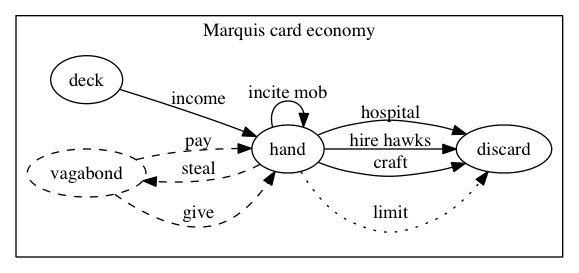
krawaller/root keeps this Graphviz diagram as diagrams/marquis-cards.png. Above is the earlier version. Its source is kept beside it as diagrams/marquis-cards.dot.
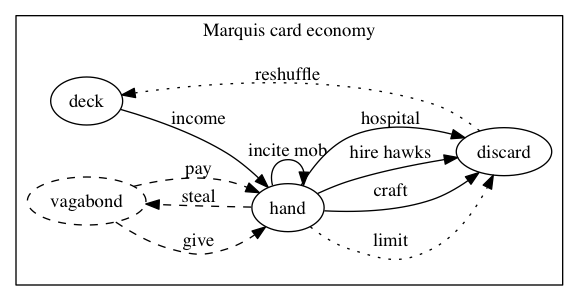
After the commit.

Commit message:
add discard to deck lines to card economies

Change to the diagram source:
```diff
@@ -4,7 +4,7 @@
 
   subgraph cluster_marquisunits {
 
-    label = "Marquis card economy"
+    label = "Marquis card economy\n "
 
 
     deck -> hand [label="income"]
@@ -20,6 +20,8 @@
     vagabond -> hand [label="give" style=dashed]
     hand -> vagabond [label="steal" style=dashed]
 
+    discard -> deck [style=dotted label="reshuffle"]
+
     {rank=same;vagabond, deck}
   }
 }
```
